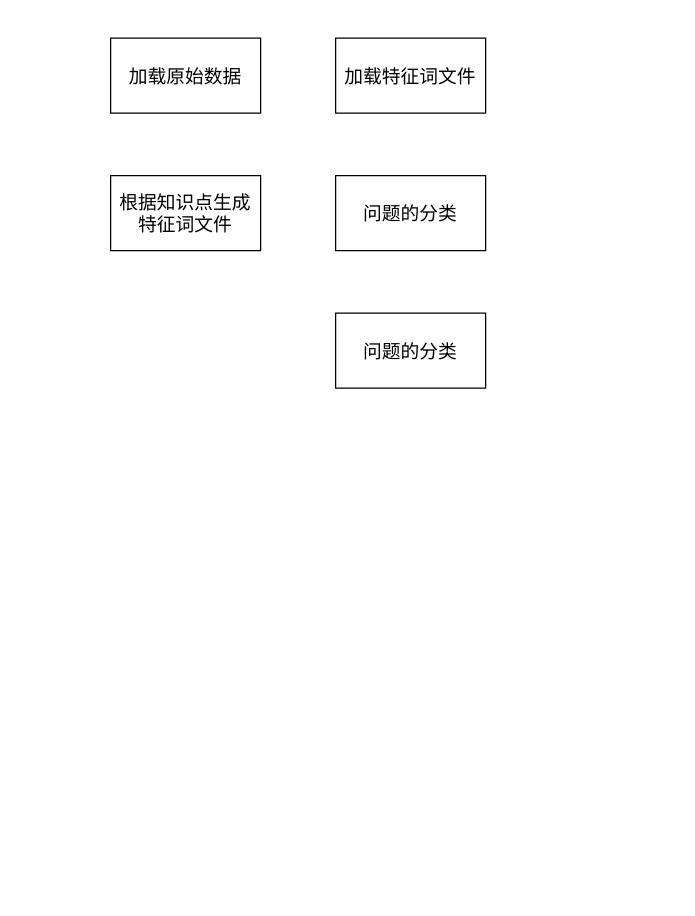
redcomet88/DRAW keeps this draw.io diagram as Neo/38C语言知识图谱系统.drawio. Above is the earlier version. Source tidied: cells renumbered, new cells numbered last; positions are measured from the earlier drawing's top-left corner, leaving out a move shared by most shapes. Both pictures are drawn from the tidied source at 125%, with x=0, y=0 at pixel (110, 38).
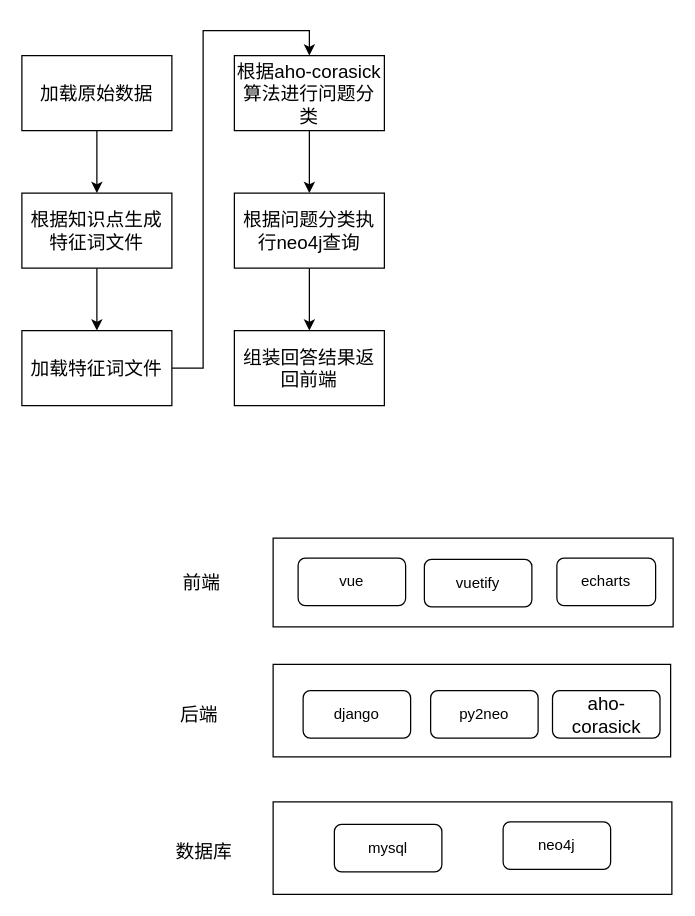
The same page after the edit.

Commit message (it also covers changes not shown here):
更新38C语言知识图谱系统.drawio

What changed in the source:
```diff
@@
+    <mxCell id="7" style="edgeStyle=orthogonalEdgeStyle;rounded=0;jettySize=auto;html=1;exitX=0.5;exitY=1;exitDx=0;exitDy=0;entryX=0.5;entryY=0;entryDx=0;entryDy=0;" parent="1" edge="1" source="2" target="3">
+      <mxGeometry relative="1" as="geometry" />
+    </mxCell>
-    <mxCell id="2" value="问题的分类" style="rounded=0;whiteSpace=wrap;html=1;fontSize=15;" parent="1" vertex="1">
-      <mxGeometry x="180" y="110" width="120" height="60" as="geometry" />
+    <mxCell id="2" value="根据aho-corasick算法进行问题分类" style="rounded=0;whiteSpace=wrap;html=1;fontSize=15;" parent="1" vertex="1">
+      <mxGeometry x="99" y="14" width="120" height="60" as="geometry" />
     </mxCell>
+    <mxCell id="8" style="edgeStyle=orthogonalEdgeStyle;rounded=0;jettySize=auto;html=1;exitX=0.5;exitY=1;exitDx=0;exitDy=0;entryX=0.5;entryY=0;entryDx=0;entryDy=0;" parent="1" edge="1" source="3" target="12">
+      <mxGeometry relative="1" as="geometry" />
+    </mxCell>
-    <mxCell id="3" value="问题的分类" style="rounded=0;whiteSpace=wrap;html=1;fontSize=15;" parent="1" vertex="1">
-      <mxGeometry x="180" y="220" width="120" height="60" as="geometry" />
+    <mxCell id="3" value="根据问题分类执行neo4j查询" style="rounded=0;whiteSpace=wrap;html=1;fontSize=15;" parent="1" vertex="1">
+      <mxGeometry x="99" y="124" width="120" height="60" as="geometry" />
     </mxCell>
+    <mxCell id="9" style="edgeStyle=orthogonalEdgeStyle;rounded=0;jettySize=auto;html=1;exitX=0.5;exitY=1;exitDx=0;exitDy=0;entryX=0.5;entryY=0;entryDx=0;entryDy=0;" parent="1" edge="1" source="4" target="5">
+      <mxGeometry relative="1" as="geometry" />
+    </mxCell>
     <mxCell id="4" value="加载原始数据" style="rounded=0;whiteSpace=wrap;html=1;fontSize=15;" parent="1" vertex="1">
-      <mxGeometry width="120" height="60" as="geometry" />
+      <mxGeometry x="-71" y="14" width="120" height="60" as="geometry" />
     </mxCell>
+    <mxCell id="10" style="edgeStyle=orthogonalEdgeStyle;rounded=0;jettySize=auto;html=1;exitX=0.5;exitY=1;exitDx=0;exitDy=0;entryX=0.5;entryY=0;entryDx=0;entryDy=0;" parent="1" edge="1" source="5" target="6">
+      <mxGeometry relative="1" as="geometry" />
+    </mxCell>
     <mxCell id="5" value="根据知识点生成特征词文件" style="rounded=0;whiteSpace=wrap;html=1;fontSize=15;" parent="1" vertex="1">
-      <mxGeometry y="110" width="120" height="60" as="geometry" />
+      <mxGeometry x="-71" y="124" width="120" height="60" as="geometry" />
     </mxCell>
+    <mxCell id="11" style="edgeStyle=orthogonalEdgeStyle;rounded=0;jettySize=auto;html=1;exitX=1;exitY=0.5;exitDx=0;exitDy=0;entryX=0.5;entryY=0;entryDx=0;entryDy=0;" parent="1" edge="1" source="6" target="2">
+      <mxGeometry relative="1" as="geometry" />
+    </mxCell>
     <mxCell id="6" value="加载特征词文件" style="rounded=0;whiteSpace=wrap;html=1;fontSize=15;" parent="1" vertex="1">
-      <mxGeometry x="180" width="120" height="60" as="geometry" />
+      <mxGeometry x="-71" y="234" width="120" height="60" as="geometry" />
     </mxCell>
+    <mxCell id="12" value="组装回答结果返回前端" style="rounded=0;whiteSpace=wrap;html=1;fontSize=15;" parent="1" vertex="1">
+      <mxGeometry x="99" y="234" width="120" height="60" as="geometry" />
+    </mxCell>
+    <mxCell id="13" style="rounded=0;whiteSpace=wrap;html=1;fontSize=15;" parent="1" vertex="1">
+      <mxGeometry x="130" y="400" width="320" height="71" as="geometry" />
+    </mxCell>
+    <mxCell id="14" style="rounded=0;whiteSpace=wrap;html=1;fontSize=15;" parent="1" vertex="1">
+      <mxGeometry x="130" y="501" width="318" height="74" as="geometry" />
+    </mxCell>
+    <mxCell id="15" style="rounded=0;whiteSpace=wrap;html=1;fontSize=15;" parent="1" vertex="1">
+      <mxGeometry x="130" y="611" width="319" height="74" as="geometry" />
+    </mxCell>
+    <mxCell id="16" value="前端" style="text;html=1;align=center;verticalAlign=middle;whiteSpace=wrap;rounded=0;fontSize=15;" parent="1" vertex="1">
+      <mxGeometry x="43" y="420" width="60" height="30" as="geometry" />
+    </mxCell>
+    <mxCell id="17" value="后端" style="text;html=1;align=center;verticalAlign=middle;whiteSpace=wrap;rounded=0;fontSize=15;" parent="1" vertex="1">
+      <mxGeometry x="41" y="526" width="60" height="30" as="geometry" />
+    </mxCell>
+    <mxCell id="18" value="数据库" style="text;html=1;align=center;verticalAlign=middle;whiteSpace=wrap;rounded=0;fontSize=15;" parent="1" vertex="1">
+      <mxGeometry x="45" y="635" width="60" height="30" as="geometry" />
+    </mxCell>
+    <mxCell id="19" value="vue" style="rounded=1;whiteSpace=wrap;html=1;" parent="1" vertex="1">
+      <mxGeometry x="150" y="416" width="86" height="38" as="geometry" />
+    </mxCell>
+    <mxCell id="20" value="vuetify" style="rounded=1;whiteSpace=wrap;html=1;" parent="1" vertex="1">
+      <mxGeometry x="251" y="417" width="86" height="38" as="geometry" />
+    </mxCell>
+    <mxCell id="21" value="echarts" style="rounded=1;whiteSpace=wrap;html=1;" parent="1" vertex="1">
+      <mxGeometry x="357" y="416" width="79" height="38" as="geometry" />
+    </mxCell>
+    <mxCell id="22" value="django" style="rounded=1;whiteSpace=wrap;html=1;" parent="1" vertex="1">
+      <mxGeometry x="154" y="522" width="86" height="38" as="geometry" />
+    </mxCell>
+    <mxCell id="23" value="py2neo" style="rounded=1;whiteSpace=wrap;html=1;" parent="1" vertex="1">
+      <mxGeometry x="256" y="522" width="86" height="38" as="geometry" />
+    </mxCell>
+    <mxCell id="24" value="&lt;span style=&quot;font-size: 15px;&quot;&gt;aho-corasick&lt;/span&gt;" style="rounded=1;whiteSpace=wrap;html=1;" parent="1" vertex="1">
+      <mxGeometry x="353.5" y="522" width="86" height="38" as="geometry" />
+    </mxCell>
+    <mxCell id="25" value="mysql" style="rounded=1;whiteSpace=wrap;html=1;" parent="1" vertex="1">
+      <mxGeometry x="179" y="629" width="86" height="38" as="geometry" />
+    </mxCell>
+    <mxCell id="26" value="neo4j" style="rounded=1;whiteSpace=wrap;html=1;" parent="1" vertex="1">
+      <mxGeometry x="314" y="627" width="86" height="38" as="geometry" />
+    </mxCell>
```
